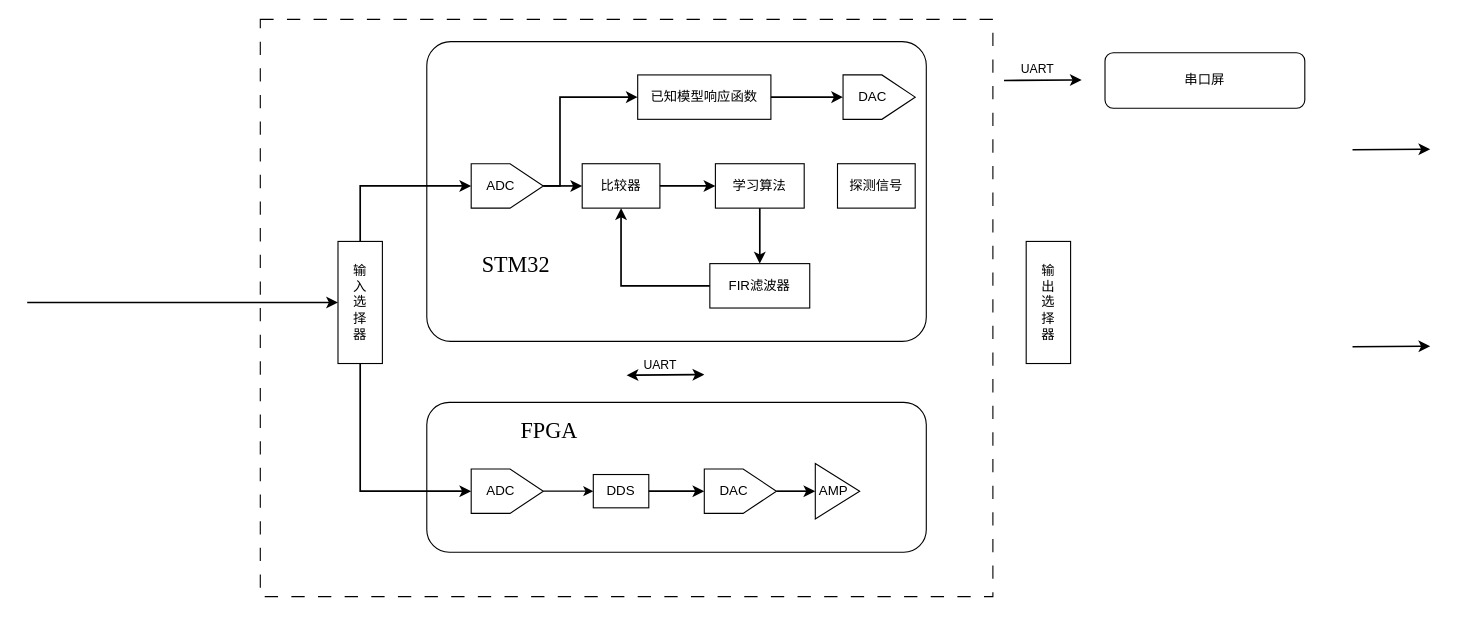
This is 25G系统框图.drawio from zeandon/draw.io, a draw.io file, before an edit. Source tidied: cells renumbered, new cells numbered last; positions are measured from the earlier drawing's top-left corner, leaving out a move shared by most shapes. Both pictures are drawn from the tidied source at 111%, with x=0, y=0 at pixel (27, 19).
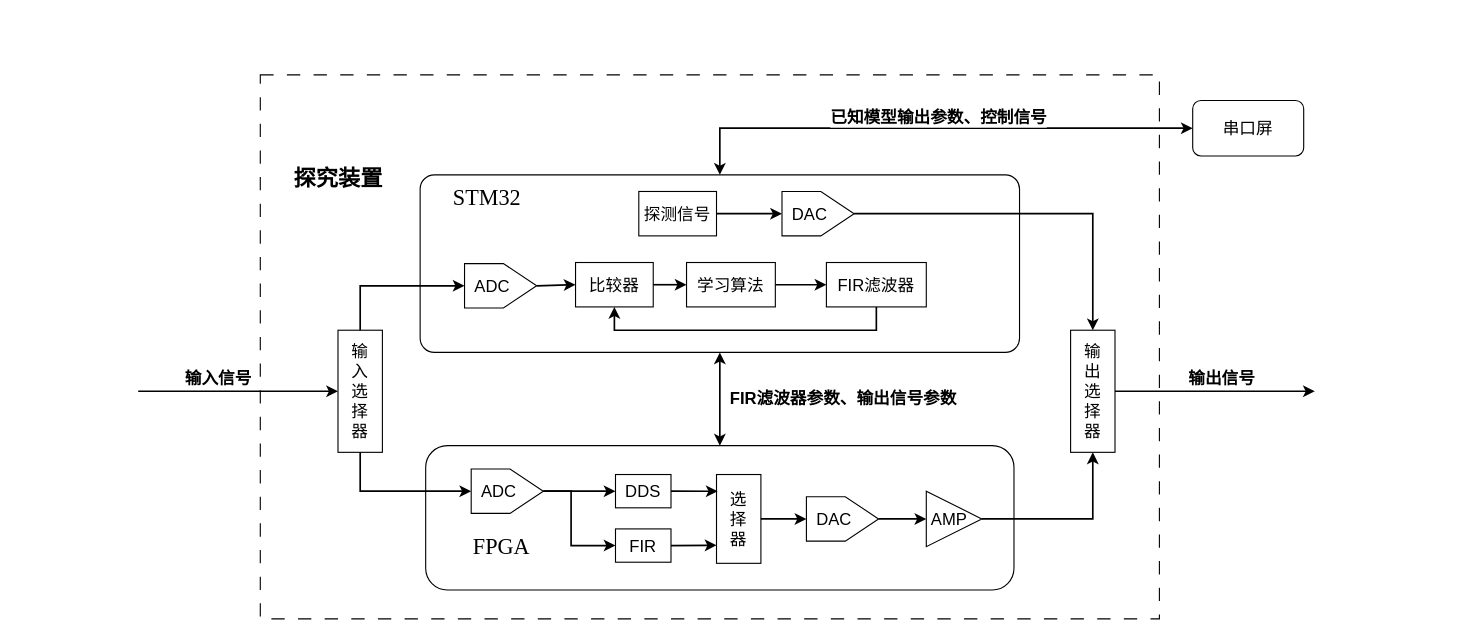
Above is the later version.

Commit message:
更新25G系统框图.drawio

Diff of the diagram source:
```diff
@@
     <mxCell id="2" style="rounded=0;whiteSpace=wrap;html=1;dashed=1;dashPattern=12 12;" parent="1" vertex="1">
-      <mxGeometry x="210" width="660" height="520" as="geometry" />
+      <mxGeometry x="210" y="50" width="810" height="490" as="geometry" />
     </mxCell>
     <mxCell id="3" style="rounded=1;whiteSpace=wrap;html=1;arcSize=8;" parent="1" vertex="1">
-      <mxGeometry x="360" y="20" width="450" height="270" as="geometry" />
+      <mxGeometry x="354" y="140" width="540" height="160" as="geometry" />
     </mxCell>
     <mxCell id="4" style="rounded=1;whiteSpace=wrap;html=1;" parent="1" vertex="1">
-      <mxGeometry x="360" y="345" width="450" height="135" as="geometry" />
+      <mxGeometry x="359" y="384" width="530" height="130" as="geometry" />
     </mxCell>
     <mxCell id="5" style="endArrow=classic;html=1;rounded=0;strokeWidth=1.5;entryX=0;entryY=0.5;entryDx=0;entryDy=0;" parent="1" edge="1" target="32">
       <mxGeometry relative="1" as="geometry">
-        <mxPoint y="255" as="sourcePoint" />
+        <mxPoint x="100" y="335" as="sourcePoint" />
       </mxGeometry>
     </mxCell>
+    <mxCell id="39" value="输入信号" style="edgeLabel;html=1;align=center;verticalAlign=middle;fontStyle=1;fontSize=15;" parent="5" vertex="1">
+      <mxGeometry x="0.45" y="1" relative="1" as="geometry">
+        <mxPoint x="-60" y="-12" as="offset" />
+      </mxGeometry>
+    </mxCell>
     <mxCell id="6" value="STM32" style="text;strokeColor=none;fillColor=none;html=1;fontSize=20;fontStyle=0;verticalAlign=middle;align=center;fontFamily=Times New Roman;" parent="1" vertex="1">
-      <mxGeometry x="390" y="200" width="100" height="40" as="geometry" />
+      <mxGeometry x="364" y="140" width="100" height="40" as="geometry" />
     </mxCell>
-    <mxCell id="7" value="已知模型&lt;span style=&quot;background-color: transparent; color: light-dark(rgb(0, 0, 0), rgb(255, 255, 255));&quot;&gt;响应函数&lt;/span&gt;" style="rounded=0;whiteSpace=wrap;html=1;" parent="1" vertex="1">
-      <mxGeometry x="550" y="50" width="120" height="40" as="geometry" />
-    </mxCell>
-    <mxCell id="8" value="比较器" style="rounded=0;whiteSpace=wrap;html=1;" parent="1" vertex="1">
-      <mxGeometry x="500" y="130" width="70" height="40" as="geometry" />
+    <mxCell id="8" value="比较器" style="rounded=0;whiteSpace=wrap;html=1;fontSize=15;" parent="1" vertex="1">
+      <mxGeometry x="494" y="219" width="70" height="40" as="geometry" />
     </mxCell>
-    <mxCell id="9" value="学习算法" style="rounded=0;whiteSpace=wrap;html=1;" parent="1" vertex="1">
-      <mxGeometry x="620" y="130" width="80" height="40" as="geometry" />
+    <mxCell id="9" value="学习算法" style="rounded=0;whiteSpace=wrap;html=1;fontSize=15;" parent="1" vertex="1">
+      <mxGeometry x="594" y="219" width="80" height="40" as="geometry" />
     </mxCell>
-    <mxCell id="10" value="FIR滤波器" style="rounded=0;whiteSpace=wrap;html=1;" parent="1" vertex="1">
-      <mxGeometry x="615" y="220" width="90" height="40" as="geometry" />
+    <mxCell id="10" value="FIR滤波器" style="rounded=0;whiteSpace=wrap;html=1;fontSize=15;" parent="1" vertex="1">
+      <mxGeometry x="720" y="219" width="90" height="40" as="geometry" />
     </mxCell>
-    <mxCell id="11" value="ADC&amp;nbsp; &amp;nbsp;&amp;nbsp;" style="html=1;shadow=0;dashed=0;align=center;verticalAlign=middle;shape=mxgraph.arrows2.arrow;dy=0;dx=30;notch=0;" parent="1" vertex="1">
-      <mxGeometry x="400" y="130" width="65" height="40" as="geometry" />
+    <mxCell id="11" value="ADC&amp;nbsp; &amp;nbsp;&amp;nbsp;" style="html=1;shadow=0;dashed=0;align=center;verticalAlign=middle;shape=mxgraph.arrows2.arrow;dy=0;dx=30;notch=0;fontSize=15;" parent="1" vertex="1">
+      <mxGeometry x="394" y="220" width="65" height="40" as="geometry" />
     </mxCell>
     <mxCell id="12" value="FPGA" style="text;strokeColor=none;fillColor=none;html=1;fontSize=20;fontStyle=0;verticalAlign=middle;align=center;fontFamily=Times New Roman;" parent="1" vertex="1">
-      <mxGeometry x="420" y="350" width="100" height="40" as="geometry" />
+      <mxGeometry x="376.5" y="454" width="100" height="40" as="geometry" />
     </mxCell>
-    <mxCell id="13" value="DDS" style="rounded=0;whiteSpace=wrap;html=1;" parent="1" vertex="1">
-      <mxGeometry x="510" y="410" width="50" height="30" as="geometry" />
+    <mxCell id="13" value="DDS" style="rounded=0;whiteSpace=wrap;html=1;fontSize=15;" parent="1" vertex="1">
+      <mxGeometry x="530" y="410" width="50" height="30" as="geometry" />
     </mxCell>
-    <mxCell id="14" value="DAC&amp;nbsp; &amp;nbsp;&amp;nbsp;" style="html=1;shadow=0;dashed=0;align=center;verticalAlign=middle;shape=mxgraph.arrows2.arrow;dy=0;dx=30;notch=0;" parent="1" vertex="1">
-      <mxGeometry x="610" y="405" width="65" height="40" as="geometry" />
+    <mxCell id="14" value="DAC&amp;nbsp; &amp;nbsp;&amp;nbsp;" style="html=1;shadow=0;dashed=0;align=center;verticalAlign=middle;shape=mxgraph.arrows2.arrow;dy=0;dx=30;notch=0;fontSize=15;" parent="1" vertex="1">
+      <mxGeometry x="702" y="430" width="65" height="40" as="geometry" />
     </mxCell>
-    <mxCell id="15" value="AMP&amp;nbsp;&amp;nbsp;" style="triangle;whiteSpace=wrap;html=1;" parent="1" vertex="1">
-      <mxGeometry x="710" y="400" width="40" height="50" as="geometry" />
+    <mxCell id="15" value="AMP&amp;nbsp;&amp;nbsp;" style="triangle;whiteSpace=wrap;html=1;fontSize=15;" parent="1" vertex="1">
+      <mxGeometry x="810" y="425" width="50" height="50" as="geometry" />
     </mxCell>
-    <mxCell id="16" style="endArrow=classic;html=1;rounded=0;strokeWidth=1.5;startArrow=classic;startFill=1;" parent="1" edge="1">
-      <mxGeometry relative="1" as="geometry">
-        <mxPoint x="540" y="320.5" as="sourcePoint" />
-        <mxPoint x="610" y="320" as="targetPoint" />
-      </mxGeometry>
-    </mxCell>
-    <mxCell id="17" value="UART" style="edgeLabel;html=1;align=center;verticalAlign=middle;" parent="16" vertex="1">
-      <mxGeometry x="0.27" y="2" relative="1" as="geometry">
-        <mxPoint x="-14" y="-8" as="offset" />
-      </mxGeometry>
-    </mxCell>
-    <mxCell id="18" style="endArrow=classic;html=1;rounded=0;strokeWidth=1.5;" parent="1" edge="1">
+    <mxCell id="18" style="endArrow=classic;html=1;rounded=0;strokeWidth=1.5;exitX=1;exitY=0.5;exitDx=0;exitDy=0;entryX=0.5;entryY=1;entryDx=0;entryDy=0;" parent="1" edge="1" source="15" target="36">
       <mxGeometry relative="1" as="geometry">
-        <mxPoint x="1194" y="117.4" as="sourcePoint" />
-        <mxPoint x="1264" y="116.9" as="targetPoint" />
+        <Array as="points">
+          <mxPoint x="960" y="450" />
+        </Array>
       </mxGeometry>
     </mxCell>
-    <mxCell id="19" value="串口屏" style="rounded=1;whiteSpace=wrap;html=1;" parent="1" vertex="1">
-      <mxGeometry x="971" y="30" width="180" height="50" as="geometry" />
+    <mxCell id="19" value="串口屏" style="rounded=1;whiteSpace=wrap;html=1;fontSize=15;" parent="1" vertex="1">
+      <mxGeometry x="1050" y="73" width="100" height="50" as="geometry" />
     </mxCell>
-    <mxCell id="20" style="endArrow=classic;html=1;rounded=0;strokeWidth=1.5;" parent="1" edge="1">
-      <mxGeometry relative="1" as="geometry">
-        <mxPoint x="880" y="55" as="sourcePoint" />
-        <mxPoint x="950" y="54.5" as="targetPoint" />
-      </mxGeometry>
-    </mxCell>
-    <mxCell id="21" value="UART" style="edgeLabel;html=1;align=center;verticalAlign=middle;" parent="20" vertex="1">
-      <mxGeometry x="0.27" y="2" relative="1" as="geometry">
-        <mxPoint x="-14" y="-8" as="offset" />
-      </mxGeometry>
-    </mxCell>
@@
-    <mxCell id="24" style="endArrow=classic;html=1;rounded=0;strokeWidth=1.5;entryX=0.5;entryY=0;entryDx=0;entryDy=0;exitX=0.5;exitY=1;exitDx=0;exitDy=0;" parent="1" edge="1" source="9" target="10">
-      <mxGeometry relative="1" as="geometry" />
-    </mxCell>
-    <mxCell id="25" style="endArrow=classic;html=1;rounded=0;strokeWidth=1.5;entryX=0.5;entryY=1;entryDx=0;entryDy=0;exitX=0;exitY=0.5;exitDx=0;exitDy=0;" parent="1" edge="1" source="10" target="8">
-      <mxGeometry relative="1" as="geometry">
-        <Array as="points">
-          <mxPoint x="535" y="240" />
-        </Array>
-      </mxGeometry>
-    </mxCell>
-    <mxCell id="26" style="endArrow=classic;html=1;rounded=0;strokeWidth=1.5;entryX=0;entryY=0.5;entryDx=0;entryDy=0;exitX=1;exitY=0.5;exitDx=0;exitDy=0;entryPerimeter=0;" parent="1" edge="1" source="13" target="14">
-      <mxGeometry relative="1" as="geometry" />
-    </mxCell>
-    <mxCell id="27" style="endArrow=classic;html=1;rounded=0;strokeWidth=1.5;entryX=0;entryY=0.5;entryDx=0;entryDy=0;exitX=1;exitY=0.5;exitDx=0;exitDy=0;exitPerimeter=0;" parent="1" edge="1" source="14" target="15">
+    <mxCell id="27" style="endArrow=classic;html=1;rounded=0;strokeWidth=1.5;exitX=1;exitY=0.5;exitDx=0;exitDy=0;exitPerimeter=0;entryX=0;entryY=0.5;entryDx=0;entryDy=0;" parent="1" edge="1" source="14" target="15">
       <mxGeometry relative="1" as="geometry" />
     </mxCell>
-    <mxCell id="28" style="endArrow=classic;html=1;rounded=0;strokeWidth=1.5;" parent="1" edge="1">
-      <mxGeometry relative="1" as="geometry">
-        <mxPoint x="1194" y="294.9" as="sourcePoint" />
-        <mxPoint x="1264" y="294.4" as="targetPoint" />
-      </mxGeometry>
-    </mxCell>
-    <mxCell id="29" style="edgeStyle=orthogonalEdgeStyle;rounded=0;jettySize=auto;html=1;" parent="1" edge="1" source="30" target="13">
-      <mxGeometry relative="1" as="geometry" />
-    </mxCell>
-    <mxCell id="30" value="ADC&amp;nbsp; &amp;nbsp;&amp;nbsp;" style="html=1;shadow=0;dashed=0;align=center;verticalAlign=middle;shape=mxgraph.arrows2.arrow;dy=0;dx=30;notch=0;" parent="1" vertex="1">
+    <mxCell id="30" value="ADC&amp;nbsp; &amp;nbsp;&amp;nbsp;" style="html=1;shadow=0;dashed=0;align=center;verticalAlign=middle;shape=mxgraph.arrows2.arrow;dy=0;dx=30;notch=0;fontSize=15;" parent="1" vertex="1">
       <mxGeometry x="400" y="405" width="65" height="40" as="geometry" />
     </mxCell>
-    <mxCell id="31" value="DAC&amp;nbsp; &amp;nbsp;&amp;nbsp;" style="html=1;shadow=0;dashed=0;align=center;verticalAlign=middle;shape=mxgraph.arrows2.arrow;dy=0;dx=30;notch=0;" parent="1" vertex="1">
-      <mxGeometry x="735" y="50" width="65" height="40" as="geometry" />
+    <mxCell id="31" value="DAC&amp;nbsp; &amp;nbsp;&amp;nbsp;" style="html=1;shadow=0;dashed=0;align=center;verticalAlign=middle;shape=mxgraph.arrows2.arrow;dy=0;dx=30;notch=0;fontSize=15;" parent="1" vertex="1">
+      <mxGeometry x="680" y="155" width="65" height="40" as="geometry" />
     </mxCell>
-    <mxCell id="32" value="输&lt;div&gt;入&lt;div&gt;选&lt;/div&gt;&lt;div&gt;择&lt;/div&gt;&lt;div&gt;器&lt;/div&gt;&lt;/div&gt;" style="rounded=0;whiteSpace=wrap;html=1;" parent="1" vertex="1">
-      <mxGeometry x="280" y="200" width="40" height="110" as="geometry" />
+    <mxCell id="32" value="输&lt;div&gt;入&lt;div&gt;选&lt;/div&gt;&lt;div&gt;择&lt;/div&gt;&lt;div&gt;器&lt;/div&gt;&lt;/div&gt;" style="rounded=0;whiteSpace=wrap;html=1;fontSize=15;" parent="1" vertex="1">
+      <mxGeometry x="280" y="280" width="40" height="110" as="geometry" />
     </mxCell>
-    <mxCell id="33" value="探测信号" style="rounded=0;whiteSpace=wrap;html=1;" parent="1" vertex="1">
-      <mxGeometry x="730" y="130" width="70" height="40" as="geometry" />
+    <mxCell id="33" value="探测信号" style="rounded=0;whiteSpace=wrap;html=1;fontSize=15;" parent="1" vertex="1">
+      <mxGeometry x="551" y="155" width="70" height="40" as="geometry" />
     </mxCell>
     <mxCell id="34" style="endArrow=classic;html=1;rounded=0;strokeWidth=1.5;entryX=0;entryY=0.5;entryDx=0;entryDy=0;entryPerimeter=0;exitX=0.5;exitY=0;exitDx=0;exitDy=0;" parent="1" edge="1" source="32" target="11">
       <mxGeometry relative="1" as="geometry">
         <Array as="points">
-          <mxPoint x="300" y="150" />
+          <mxPoint x="300" y="240" />
         </Array>
       </mxGeometry>
     </mxCell>
@@
-    <mxCell id="36" value="输&lt;div&gt;出&lt;/div&gt;&lt;div&gt;选&lt;/div&gt;&lt;div&gt;择&lt;/div&gt;&lt;div&gt;器&lt;/div&gt;" style="rounded=0;whiteSpace=wrap;html=1;" parent="1" vertex="1">
-      <mxGeometry x="900" y="200" width="40" height="110" as="geometry" />
+    <mxCell id="36" value="输&lt;div&gt;出&lt;/div&gt;&lt;div&gt;选&lt;/div&gt;&lt;div&gt;择&lt;/div&gt;&lt;div&gt;器&lt;/div&gt;" style="rounded=0;whiteSpace=wrap;html=1;fontSize=15;" parent="1" vertex="1">
+      <mxGeometry x="940" y="280" width="40" height="110" as="geometry" />
     </mxCell>
-    <mxCell id="37" style="endArrow=classic;html=1;rounded=0;strokeWidth=1.5;entryX=0;entryY=0.5;entryDx=0;entryDy=0;exitX=1;exitY=0.5;exitDx=0;exitDy=0;exitPerimeter=0;" parent="1" edge="1" source="11" target="7">
-      <mxGeometry relative="1" as="geometry">
-        <Array as="points">
-          <mxPoint x="480" y="150" />
-          <mxPoint x="480" y="70" />
-        </Array>
-      </mxGeometry>
-    </mxCell>
-    <mxCell id="38" style="endArrow=classic;html=1;rounded=0;strokeWidth=1.5;entryX=0;entryY=0.5;entryDx=0;entryDy=0;exitX=1;exitY=0.5;exitDx=0;exitDy=0;entryPerimeter=0;" parent="1" edge="1" source="7" target="31">
-      <mxGeometry relative="1" as="geometry" />
-    </mxCell>
+    <mxCell id="40" style="endArrow=classic;html=1;rounded=0;strokeWidth=1.5;entryX=0;entryY=0.5;entryDx=0;entryDy=0;exitX=1;exitY=0.5;exitDx=0;exitDy=0;entryPerimeter=0;" parent="1" edge="1" source="33" target="31">
+      <mxGeometry relative="1" as="geometry" />
+    </mxCell>
+    <mxCell id="24" style="endArrow=classic;html=1;rounded=0;strokeWidth=1.5;entryX=0;entryY=0.5;entryDx=0;entryDy=0;exitX=1;exitY=0.5;exitDx=0;exitDy=0;" parent="1" edge="1" source="9" target="10">
+      <mxGeometry relative="1" as="geometry" />
+    </mxCell>
+    <mxCell id="25" style="endArrow=classic;html=1;rounded=0;strokeWidth=1.5;entryX=0.5;entryY=1;entryDx=0;entryDy=0;exitX=0.5;exitY=1;exitDx=0;exitDy=0;" parent="1" edge="1" source="10" target="8">
+      <mxGeometry relative="1" as="geometry">
+        <Array as="points">
+          <mxPoint x="765" y="280" />
+          <mxPoint x="529" y="280" />
+        </Array>
+      </mxGeometry>
+    </mxCell>
+    <mxCell id="41" value="FIR" style="rounded=0;whiteSpace=wrap;html=1;fontSize=15;" parent="1" vertex="1">
+      <mxGeometry x="530" y="459" width="50" height="30" as="geometry" />
+    </mxCell>
+    <mxCell id="29" style="endArrow=classic;html=1;rounded=0;strokeWidth=1.5;exitX=1;exitY=0.5;exitDx=0;exitDy=0;exitPerimeter=0;entryX=0;entryY=0.5;entryDx=0;entryDy=0;" parent="1" edge="1" source="30" target="13">
+      <mxGeometry relative="1" as="geometry" />
+    </mxCell>
+    <mxCell id="42" style="endArrow=classic;html=1;rounded=0;strokeWidth=1.5;exitX=1;exitY=0.5;exitDx=0;exitDy=0;exitPerimeter=0;entryX=0;entryY=0.5;entryDx=0;entryDy=0;" parent="1" edge="1" source="30" target="41">
+      <mxGeometry relative="1" as="geometry">
+        <Array as="points">
+          <mxPoint x="490" y="425" />
+          <mxPoint x="490" y="474" />
+          <mxPoint x="520" y="474" />
+        </Array>
+      </mxGeometry>
+    </mxCell>
+    <mxCell id="43" value="&lt;div&gt;选&lt;/div&gt;&lt;div&gt;择&lt;/div&gt;&lt;div&gt;器&lt;/div&gt;" style="rounded=0;whiteSpace=wrap;html=1;fontSize=15;" parent="1" vertex="1">
+      <mxGeometry x="621" y="410" width="40" height="80" as="geometry" />
+    </mxCell>
+    <mxCell id="44" style="endArrow=classic;html=1;rounded=0;strokeWidth=1.5;exitX=1;exitY=0.5;exitDx=0;exitDy=0;entryX=0.025;entryY=0.188;entryDx=0;entryDy=0;entryPerimeter=0;" parent="1" edge="1" source="13" target="43">
+      <mxGeometry relative="1" as="geometry" />
+    </mxCell>
+    <mxCell id="45" style="endArrow=classic;html=1;rounded=0;strokeWidth=1.5;exitX=1;exitY=0.5;exitDx=0;exitDy=0;entryX=0;entryY=0.797;entryDx=0;entryDy=0;entryPerimeter=0;" parent="1" edge="1" source="41" target="43">
+      <mxGeometry relative="1" as="geometry" />
+    </mxCell>
+    <mxCell id="46" style="endArrow=classic;html=1;rounded=0;strokeWidth=1.5;exitX=1;exitY=0.5;exitDx=0;exitDy=0;entryX=0;entryY=0.5;entryDx=0;entryDy=0;entryPerimeter=0;" parent="1" edge="1" source="43" target="14">
+      <mxGeometry relative="1" as="geometry" />
+    </mxCell>
+    <mxCell id="47" value="探究装置" style="text;strokeColor=none;fillColor=none;html=1;fontSize=20;fontStyle=1;verticalAlign=middle;align=center;fontFamily=Times New Roman;" parent="1" vertex="1">
+      <mxGeometry x="230" y="123" width="100" height="40" as="geometry" />
+    </mxCell>
+    <mxCell id="48" style="endArrow=classic;html=1;rounded=0;strokeWidth=1.5;startArrow=classic;startFill=1;exitX=0.5;exitY=0;exitDx=0;exitDy=0;entryX=0;entryY=0.5;entryDx=0;entryDy=0;" parent="1" edge="1" source="3" target="19">
+      <mxGeometry relative="1" as="geometry">
+        <Array as="points">
+          <mxPoint x="624" y="98" />
+        </Array>
+      </mxGeometry>
+    </mxCell>
+    <mxCell id="49" style="endArrow=classic;html=1;rounded=0;strokeWidth=1.5;exitX=1;exitY=0.5;exitDx=0;exitDy=0;" parent="1" edge="1" source="36">
+      <mxGeometry relative="1" as="geometry">
+        <mxPoint x="1160" y="335" as="targetPoint" />
+      </mxGeometry>
+    </mxCell>
+    <mxCell id="50" value="输出信号" style="edgeLabel;html=1;align=center;verticalAlign=middle;fontStyle=1;fontSize=15;" parent="49" vertex="1">
+      <mxGeometry x="0.45" y="1" relative="1" as="geometry">
+        <mxPoint x="-36" y="-12" as="offset" />
+      </mxGeometry>
+    </mxCell>
+    <mxCell id="51" style="endArrow=classic;html=1;rounded=0;strokeWidth=1.5;entryX=0.5;entryY=0;entryDx=0;entryDy=0;exitX=1;exitY=0.5;exitDx=0;exitDy=0;exitPerimeter=0;" parent="1" edge="1" source="31" target="36">
+      <mxGeometry relative="1" as="geometry">
+        <Array as="points">
+          <mxPoint x="960" y="175" />
+        </Array>
+      </mxGeometry>
+    </mxCell>
+    <mxCell id="52" value="已知模型输出参数、控制信号" style="edgeLabel;html=1;align=center;verticalAlign=middle;fontStyle=1;fontSize=15;" parent="1" vertex="1">
+      <mxGeometry x="820" y="87" as="geometry" />
+    </mxCell>
+    <mxCell id="53" value="FIR滤波器参数、输出信号参数" style="edgeLabel;html=1;align=center;verticalAlign=middle;fontStyle=1;fontSize=15;" parent="1" vertex="1">
+      <mxGeometry x="734.5" y="340" as="geometry" />
+    </mxCell>
+    <mxCell id="54" style="endArrow=classic;html=1;rounded=0;strokeWidth=1.5;startArrow=classic;startFill=1;exitX=0.5;exitY=1;exitDx=0;exitDy=0;entryX=0.5;entryY=0;entryDx=0;entryDy=0;" parent="1" edge="1" source="3" target="4">
+      <mxGeometry relative="1" as="geometry" />
+    </mxCell>
```
